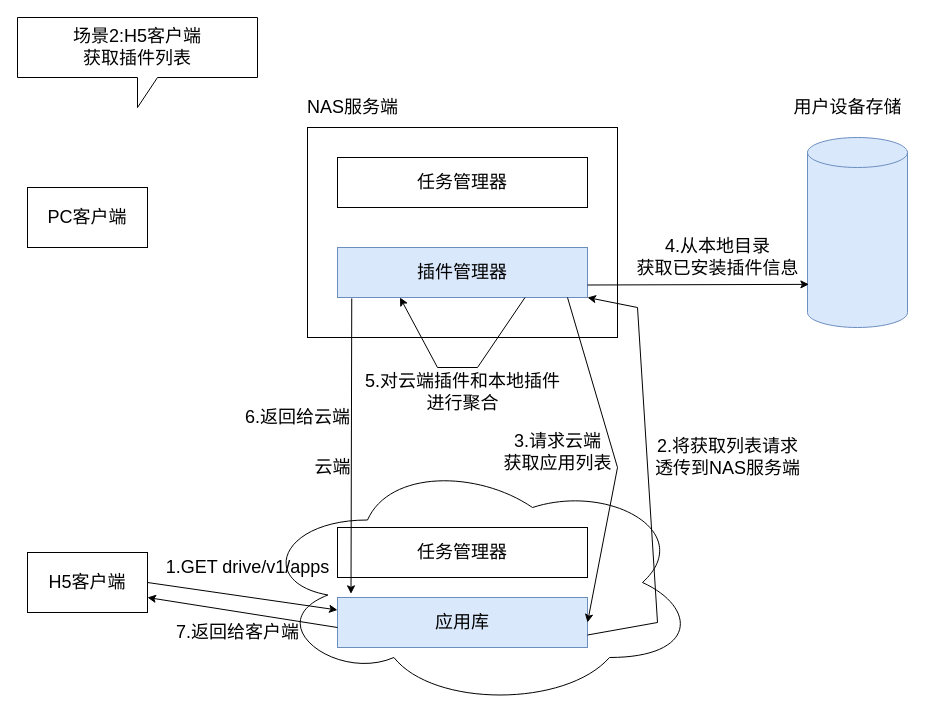
Earlier version of the draw.io diagram 场景1:PC客户端 获取插件列表.drawio (logxxx/Something). Source tidied: cells renumbered, new cells numbered last; positions are measured from the earlier drawing's top-left corner, leaving out a move shared by most shapes. Both pictures are drawn from the tidied source at 100%, with x=0, y=0 at pixel (17, 17).
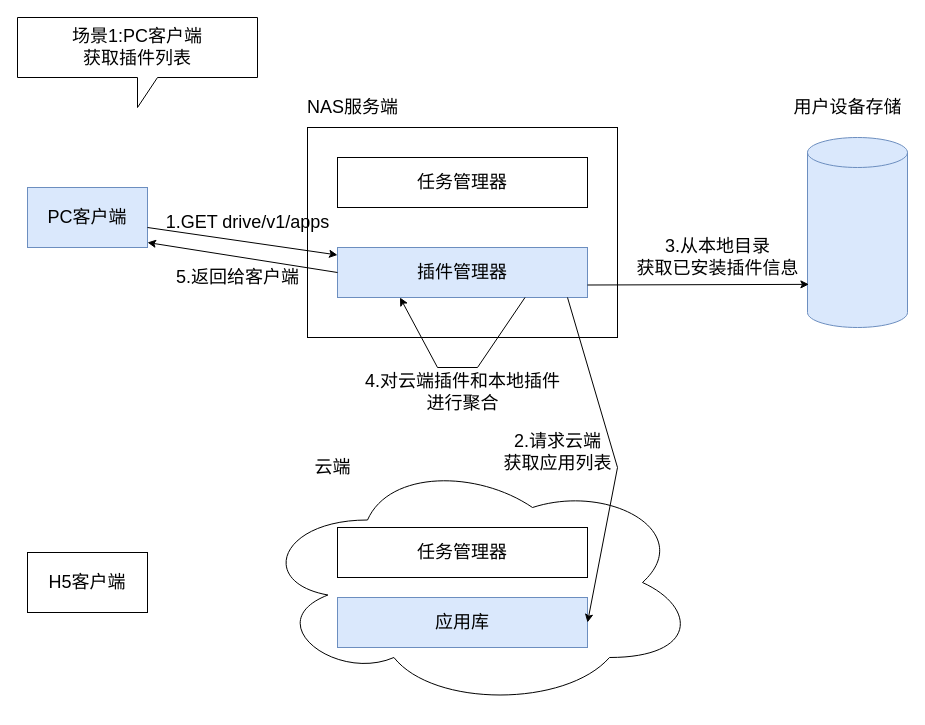
The same page after the edit.

Commit message:
Update 场景1:PC客户端 获取插件列表.drawio

Unchanged cells that the change refers to:
```xml
<mxCell id="6" value="插件管理器" style="rounded=0;whiteSpace=wrap;html=1;fontSize=18;fillColor=#dae8fc;strokeColor=#6c8ebf;" parent="1" vertex="1">
  <mxGeometry x="320" y="230" width="250" height="50" as="geometry" />
</mxCell>
<mxCell id="10" value="&lt;font style=&quot;font-size: 18px&quot;&gt;H5客户端&lt;/font&gt;" style="rounded=0;whiteSpace=wrap;html=1;" parent="1" vertex="1">
  <mxGeometry x="10" y="535" width="120" height="60" as="geometry" />
</mxCell>
<mxCell id="11" value="应用库" style="rounded=0;whiteSpace=wrap;html=1;fontSize=18;fillColor=#dae8fc;strokeColor=#6c8ebf;" parent="1" vertex="1">
  <mxGeometry x="320" y="580" width="250" height="50" as="geometry" />
</mxCell>
```

What changed in the source:
```diff
@@
-    <mxCell id="2" value="&lt;font style=&quot;font-size: 18px&quot;&gt;PC客户端&lt;/font&gt;" style="rounded=0;whiteSpace=wrap;html=1;" parent="1" vertex="1">
+    <mxCell id="2" value="&lt;font style=&quot;font-size: 18px&quot;&gt;PC客户端&lt;/font&gt;" style="rounded=0;whiteSpace=wrap;html=1;fillColor=#dae8fc;strokeColor=#6c8ebf;" parent="1" vertex="1">
       <mxGeometry x="10" y="170" width="120" height="60" as="geometry" />
     </mxCell>
@@
-    <mxCell id="12" value="场景2:H5客户端&lt;br&gt;获取插件列表" style="shape=callout;whiteSpace=wrap;html=1;perimeter=calloutPerimeter;fontSize=18;" parent="1" vertex="1">
+    <mxCell id="12" value="场景1:PC客户端&lt;br&gt;获取插件列表" style="shape=callout;whiteSpace=wrap;html=1;perimeter=calloutPerimeter;fontSize=18;" parent="1" vertex="1">
       <mxGeometry width="240" height="90" as="geometry" />
     </mxCell>
-    <mxCell id="13" style="endArrow=classic;html=1;rounded=0;fontSize=18;exitX=1;exitY=0.5;exitDx=0;exitDy=0;entryX=0;entryY=0.25;entryDx=0;entryDy=0;" parent="1" edge="1" source="10" target="11">
-      <mxGeometry relative="1" as="geometry" />
+    <mxCell id="13" style="endArrow=classic;html=1;rounded=0;fontSize=18;exitX=1;exitY=0.5;exitDx=0;exitDy=0;entryX=0;entryY=0.25;entryDx=0;entryDy=0;" parent="1" edge="1">
+      <mxGeometry relative="1" as="geometry">
+        <mxPoint x="130" y="210" as="sourcePoint" />
+        <mxPoint x="320" y="237.5" as="targetPoint" />
+      </mxGeometry>
     </mxCell>
     <mxCell id="14" value="1.GET drive/v1/apps" style="text;html=1;align=center;verticalAlign=middle;strokeColor=none;fillColor=none;fontSize=18;" parent="1" vertex="1">
-      <mxGeometry x="140" y="535" width="180" height="30" as="geometry" />
+      <mxGeometry x="140" y="190" width="180" height="30" as="geometry" />
     </mxCell>
-    <mxCell id="15" style="endArrow=classic;html=1;rounded=0;fontSize=18;exitX=1;exitY=0.75;exitDx=0;exitDy=0;entryX=1;entryY=1;entryDx=0;entryDy=0;" parent="1" edge="1" source="11" target="6">
-      <mxGeometry relative="1" as="geometry">
-        <Array as="points">
-          <mxPoint x="640" y="605" />
-          <mxPoint x="620" y="290" />
-        </Array>
-      </mxGeometry>
-    </mxCell>
-    <mxCell id="16" value="2.将获取列表请求&lt;br&gt;透传到NAS服务端" style="text;html=1;align=center;verticalAlign=middle;strokeColor=none;fillColor=none;fontSize=18;" parent="1" vertex="1">
-      <mxGeometry x="630" y="415" width="160" height="50" as="geometry" />
-    </mxCell>
@@
-    <mxCell id="20" value="4.从本地目录&lt;br&gt;获取已安装插件信息" style="text;html=1;align=center;verticalAlign=middle;strokeColor=none;fillColor=none;fontSize=18;" parent="1" vertex="1">
+    <mxCell id="20" value="3.从本地目录&lt;br&gt;获取已安装插件信息" style="text;html=1;align=center;verticalAlign=middle;strokeColor=none;fillColor=none;fontSize=18;" parent="1" vertex="1">
       <mxGeometry x="610" y="215" width="180" height="50" as="geometry" />
     </mxCell>
@@
-    <mxCell id="22" value="5.对云端插件和本地插件&lt;br&gt;进行聚合" style="text;html=1;align=center;verticalAlign=middle;strokeColor=none;fillColor=none;fontSize=18;" parent="1" vertex="1">
+    <mxCell id="22" value="4.对云端插件和本地插件&lt;br&gt;进行聚合" style="text;html=1;align=center;verticalAlign=middle;strokeColor=none;fillColor=none;fontSize=18;" parent="1" vertex="1">
       <mxGeometry x="340" y="350" width="210" height="50" as="geometry" />
     </mxCell>
-    <mxCell id="23" style="endArrow=classic;html=1;rounded=0;fontSize=18;entryX=1;entryY=0.75;entryDx=0;entryDy=0;" parent="1" edge="1" target="10">
+    <mxCell id="23" style="endArrow=classic;html=1;rounded=0;fontSize=18;entryX=1;entryY=0.75;entryDx=0;entryDy=0;" parent="1" edge="1">
       <mxGeometry relative="1" as="geometry">
-        <mxPoint x="320" y="610" as="sourcePoint" />
+        <mxPoint x="320" y="255" as="sourcePoint" />
+        <mxPoint x="130" y="225" as="targetPoint" />
       </mxGeometry>
     </mxCell>
-    <mxCell id="24" value="7.返回给客户端" style="text;html=1;align=center;verticalAlign=middle;strokeColor=none;fillColor=none;fontSize=18;" parent="1" vertex="1">
-      <mxGeometry x="150" y="600" width="140" height="30" as="geometry" />
+    <mxCell id="24" value="5.返回给客户端" style="text;html=1;align=center;verticalAlign=middle;strokeColor=none;fillColor=none;fontSize=18;" parent="1" vertex="1">
+      <mxGeometry x="150" y="245" width="140" height="30" as="geometry" />
     </mxCell>
@@
-    <mxCell id="26" value="3.请求云端&lt;br&gt;获取应用列表" style="text;html=1;align=center;verticalAlign=middle;strokeColor=none;fillColor=none;fontSize=18;" parent="1" vertex="1">
+    <mxCell id="26" value="2.请求云端&lt;br&gt;获取应用列表" style="text;html=1;align=center;verticalAlign=middle;strokeColor=none;fillColor=none;fontSize=18;" parent="1" vertex="1">
       <mxGeometry x="480" y="410" width="120" height="50" as="geometry" />
     </mxCell>
-    <mxCell id="27" style="endArrow=classic;html=1;rounded=0;fontSize=18;exitX=0.057;exitY=1.018;exitDx=0;exitDy=0;exitPerimeter=0;entryX=0.054;entryY=-0.073;entryDx=0;entryDy=0;entryPerimeter=0;" parent="1" edge="1" source="6" target="11">
-      <mxGeometry relative="1" as="geometry" />
-    </mxCell>
-    <mxCell id="28" value="6.返回给云端" style="text;html=1;align=center;verticalAlign=middle;strokeColor=none;fillColor=none;fontSize=18;" parent="1" vertex="1">
-      <mxGeometry x="220" y="385" width="120" height="30" as="geometry" />
-    </mxCell>
```
